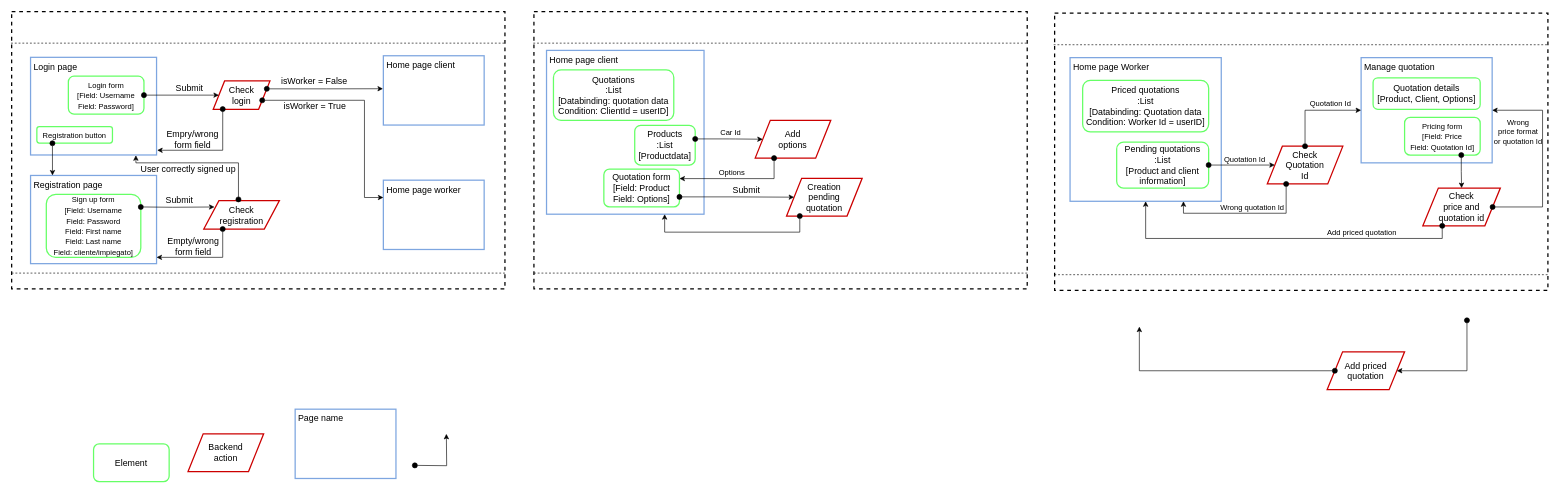
Before: Diagrams/Component diagrams.drawio in t4ncred1/LuxuryCars_TIW2020, a draw.io diagram. Source tidied: cells renumbered, new cells numbered last; positions are measured from the earlier drawing's top-left corner, leaving out a move shared by most shapes. Both pictures are drawn from the tidied source at 63%, with x=0, y=0 at pixel (11, 11).
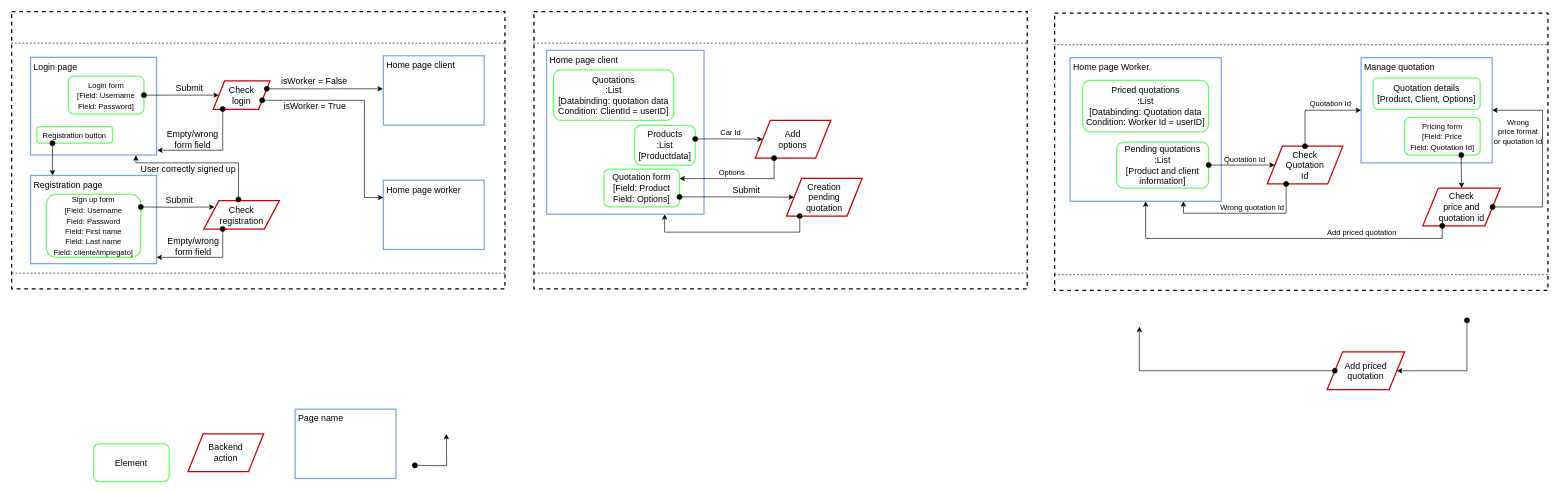
The same page after the edit.

Commit message:
Update Component Diagrams

Unchanged cells that the change refers to:
```xml
<mxCell id="22" style="endArrow=classic;html=1;fontSize=14;startArrow=oval;startFill=1;endFill=1;startSize=8;edgeStyle=orthogonalEdgeStyle;rounded=0;exitX=0.167;exitY=0.993;exitDx=0;exitDy=0;exitPerimeter=0;labelBackgroundColor=none;" parent="1" edge="1" source="10">
  <mxGeometry relative="1" as="geometry">
    <mxPoint x="232" y="220" as="targetPoint" />
    <Array as="points">
      <mxPoint x="336" y="220" />
      <mxPoint x="232" y="220" />
    </Array>
  </mxGeometry>
</mxCell>
```

Change to the diagram source:
```diff
@@
-    <mxCell id="23" value="Empry/wrong&lt;br&gt;form field" style="text;html=1;align=center;verticalAlign=middle;labelBackgroundColor=none;fontSize=14;" parent="22" vertex="1">
+    <mxCell id="23" value="Empty/wrong&lt;br&gt;form field" style="text;html=1;align=center;verticalAlign=middle;labelBackgroundColor=none;fontSize=14;" parent="22" vertex="1">
       <mxGeometry x="0.55" y="-1" relative="1" as="geometry">
         <mxPoint x="17.5" y="-16.5" as="offset" />
       </mxGeometry>
     </mxCell>
```
